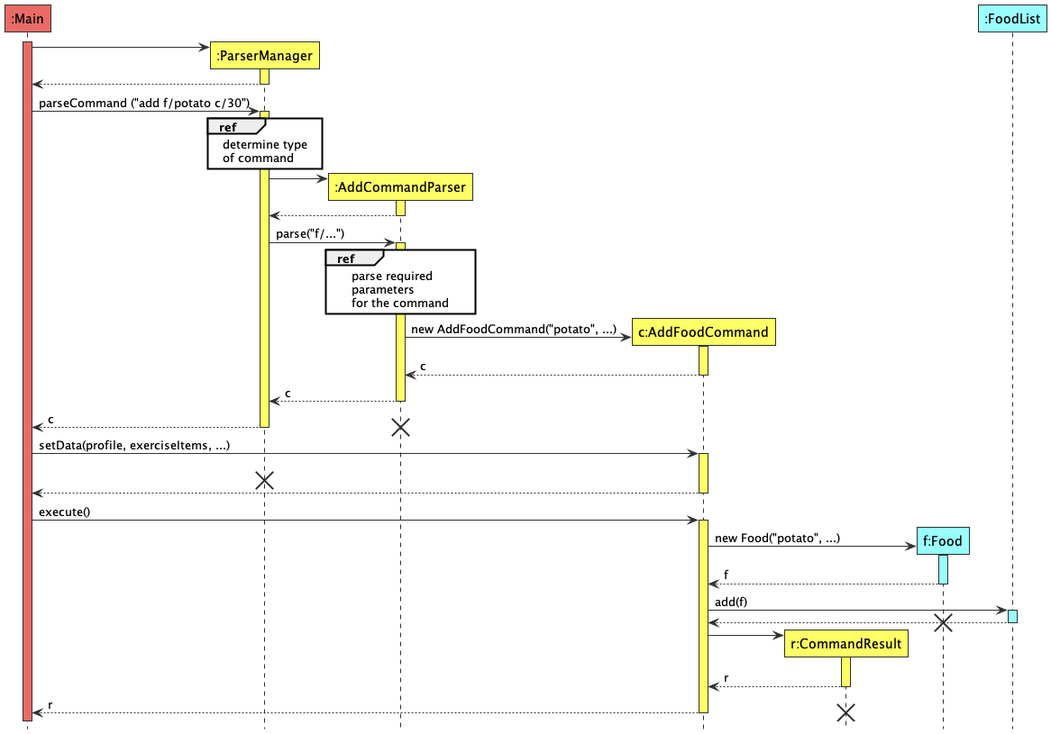
Earlier version of the PlantUML export docs/images/LogicSequenceDiagram.png (tryyang2001/tp).
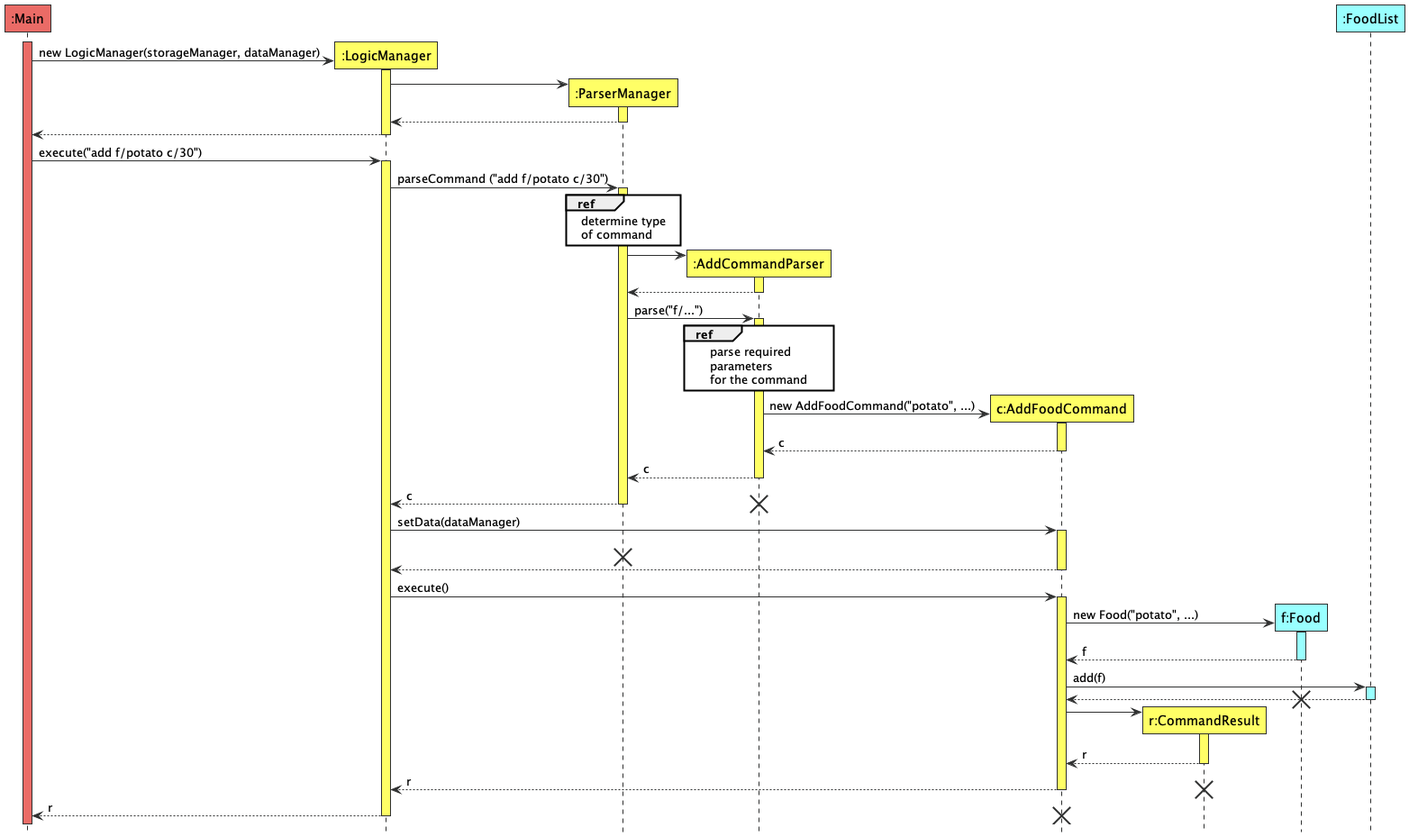
The same file after the commit.

Commit message:
Update instructions for manual testing for Food Bank Update logic component related diagrams for DG, but explanations to be updated

The edit, as a diff of the source:
```diff
@@ -4,6 +4,7 @@
 autoactivate on
 
 participant ":Main" AS Main MAIN_COLOUR
+participant ":LogicManager" AS LogicManager LOGIC_COLOUR
 participant ":ParserManager" AS ParserManager LOGIC_COLOUR
 participant ":AddCommandParser" AS AddCommandParser LOGIC_COLOUR
 participant "c:AddFoodCommand" AS AddFoodCommand LOGIC_COLOUR
@@ -11,10 +12,22 @@
 participant "f:Food" AS Food DATA_COLOUR
 participant ":FoodList" AS FoodList DATA_COLOUR
 activate Main MAIN_COLOUR
+
+
+create LogicManager
+Main -> LogicManager LOGIC_COLOUR : new LogicManager(storageManager, dataManager)
+
 create ParserManager
-Main -> ParserManager LOGIC_COLOUR
+LogicManager-> ParserManager LOGIC_COLOUR
 return
-Main -> ParserManager LOGIC_COLOUR : parseCommand ("add f/potato c/30")
+return
+
+
+Main -> LogicManager LOGIC_COLOUR : execute("add f/potato c/30")
+
+
+
+LogicManager -> ParserManager LOGIC_COLOUR : parseCommand ("add f/potato c/30")
 ref over ParserManager
     determine type
     of command
@@ -39,10 +52,10 @@
 return c
 destroy AddCommandParser
 
-Main -> AddFoodCommand LOGIC_COLOUR : setData(profile, exerciseItems, ...)
+LogicManager -> AddFoodCommand LOGIC_COLOUR : setData(dataManager)
 destroy ParserManager
 return
-Main -> AddFoodCommand LOGIC_COLOUR : execute()
+LogicManager -> AddFoodCommand LOGIC_COLOUR : execute()
 create Food
 AddFoodCommand -> Food DATA_COLOUR : new Food("potato", ...)
 return f
@@ -54,4 +67,6 @@
 return r
 return r
 destroy CommandResult
+return r
+destroy AddFoodCommand
 @enduml
```
